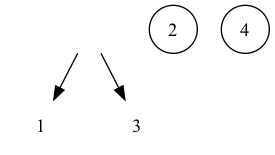
Above: images/nfa_1.gv.png in gg9192/TOC_project (Graphviz), before the change. Its source is kept beside it as images/nfa_1.gv.
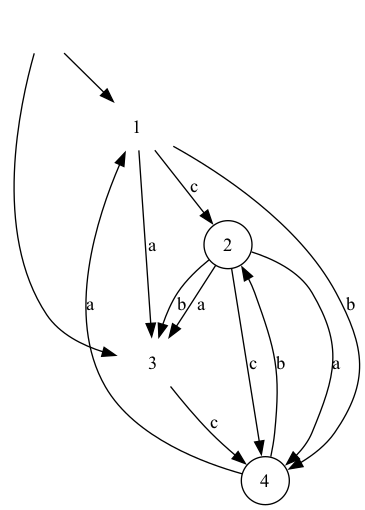
After the commit.

Diff of the diagram source:
```diff
@@ -6,4 +6,14 @@
 	4 [label=4 shape=circle]
 	Start -> 1
 	Start -> 3
+	2 -> 3 [label=a]
+	2 -> 4 [label=a]
+	2 -> 3 [label=b]
+	2 -> 4 [label=c]
+	1 -> 3 [label=a]
+	1 -> 4 [label=b]
+	1 -> 2 [label=c]
+	4 -> 1 [label=a]
+	4 -> 2 [label=b]
+	3 -> 4 [label=c]
 }
```
